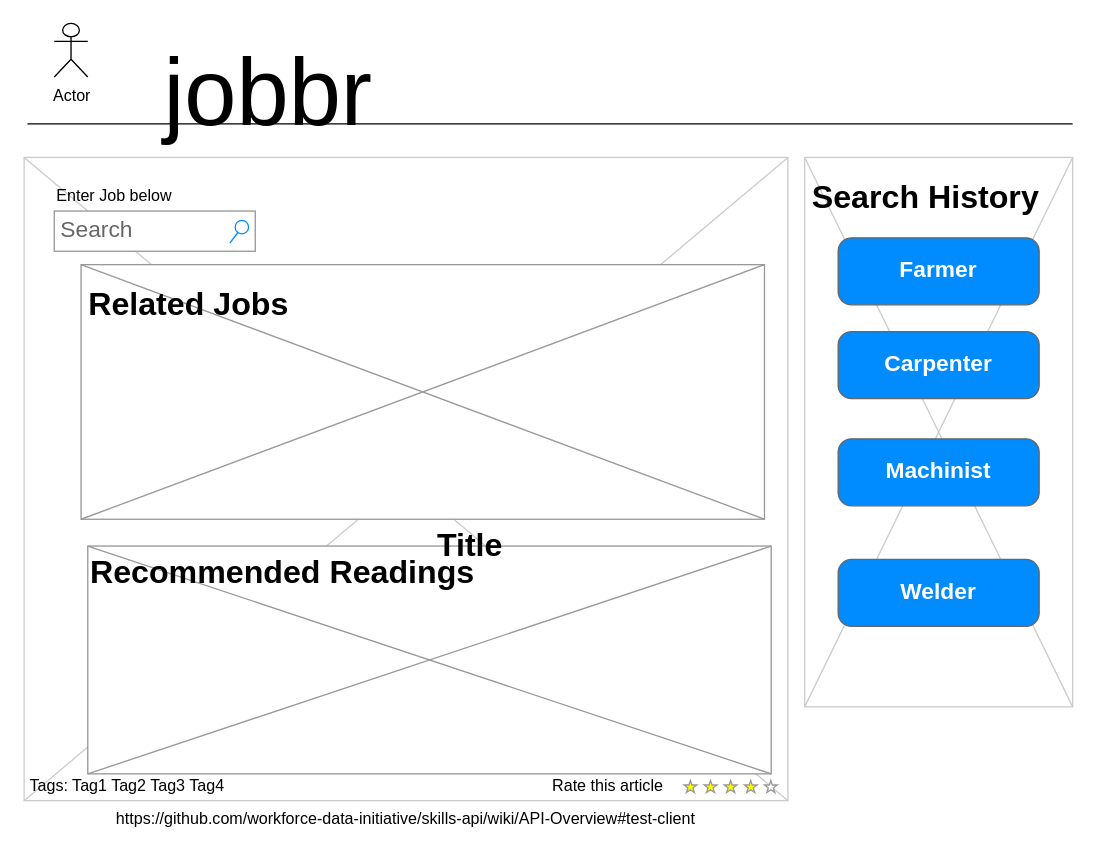
Above: Untitled Diagram.drawio in cek333/job.Rr (draw.io), before the change. Source tidied: cells renumbered, new cells numbered last; positions are measured from the earlier drawing's top-left corner, leaving out a move shared by most shapes. Both pictures are drawn from the tidied source at 134%, with x=0, y=0 at pixel (24, 23).
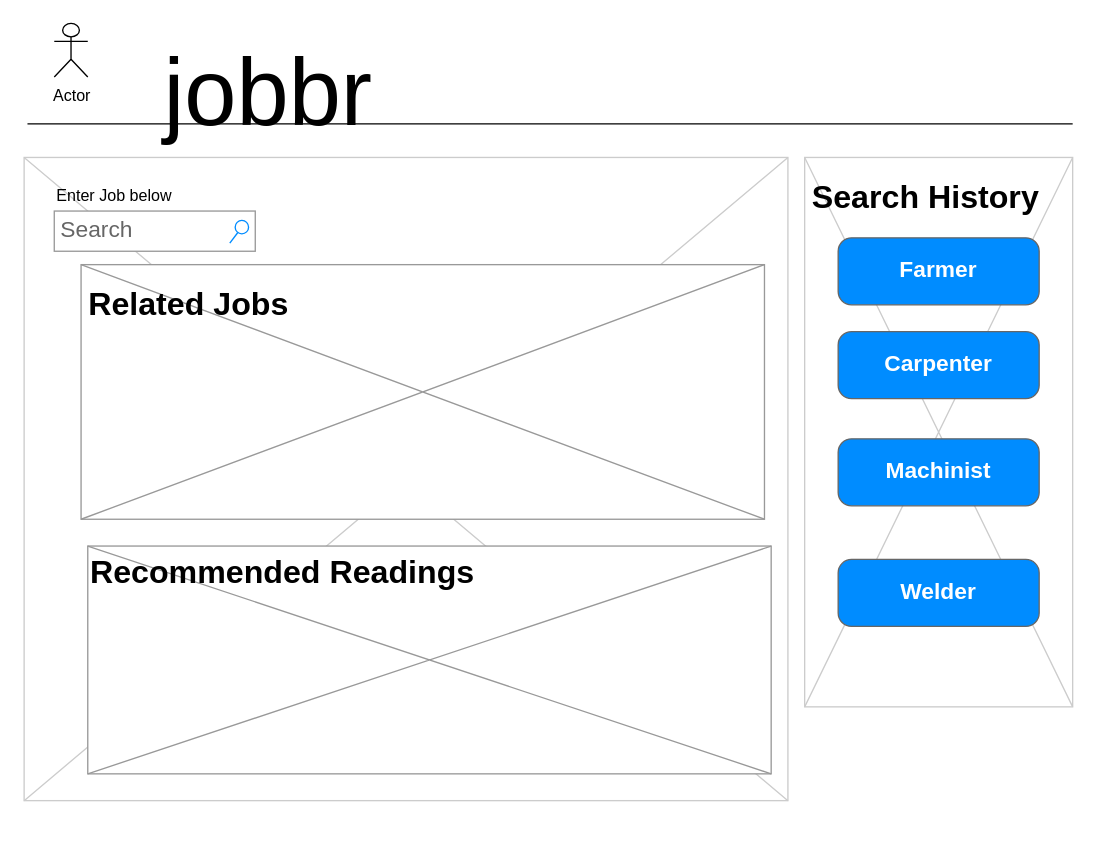
After the change.

Change to the diagram source:
```diff
@@
-    <mxCell id="3" value="https://github.com/workforce-data-initiative/skills-api/wiki/API-Overview#test-client" style="verticalLabelPosition=bottom;verticalAlign=top;strokeWidth=1;shape=mxgraph.mockup.graphics.iconGrid;strokeColor=#CCCCCC;gridSize=1,1;" parent="1" vertex="1">
+    <mxCell id="3" style="verticalLabelPosition=bottom;verticalAlign=top;strokeWidth=1;shape=mxgraph.mockup.graphics.iconGrid;strokeColor=#CCCCCC;gridSize=1,1;" parent="1" vertex="1">
       <mxGeometry x="-0.5" y="100" width="570" height="480" as="geometry" />
     </mxCell>
@@
-    <mxCell id="6" style="verticalLabelPosition=bottom;verticalAlign=top;strokeWidth=1;shape=mxgraph.mockup.misc.rating;strokeColor=#999999;fillColor=#ffff00;emptyFillColor=#ffffff;grade=4;ratingScale=5;ratingStyle=star;" parent="1" vertex="1">
-      <mxGeometry x="492" y="565" width="77.5" height="10" as="geometry" />
-    </mxCell>
-    <mxCell id="7" value="Rate this article" style="text;spacingTop=-5;" parent="1" vertex="1">
-      <mxGeometry x="392" y="560" width="30" height="20" as="geometry" />
-    </mxCell>
-    <mxCell id="8" value="Tags: Tag1 Tag2 Tag3 Tag4" style="text;spacingTop=-5;" parent="1" vertex="1">
-      <mxGeometry x="2" y="560" width="210" height="20" as="geometry" />
-    </mxCell>
@@
-    <mxCell id="16" value="Title" style="text;strokeColor=none;fillColor=none;html=1;fontSize=24;fontStyle=1;verticalAlign=middle;align=center;" parent="1" vertex="1">
-      <mxGeometry x="282" y="370" width="100" height="40" as="geometry" />
-    </mxCell>
```
